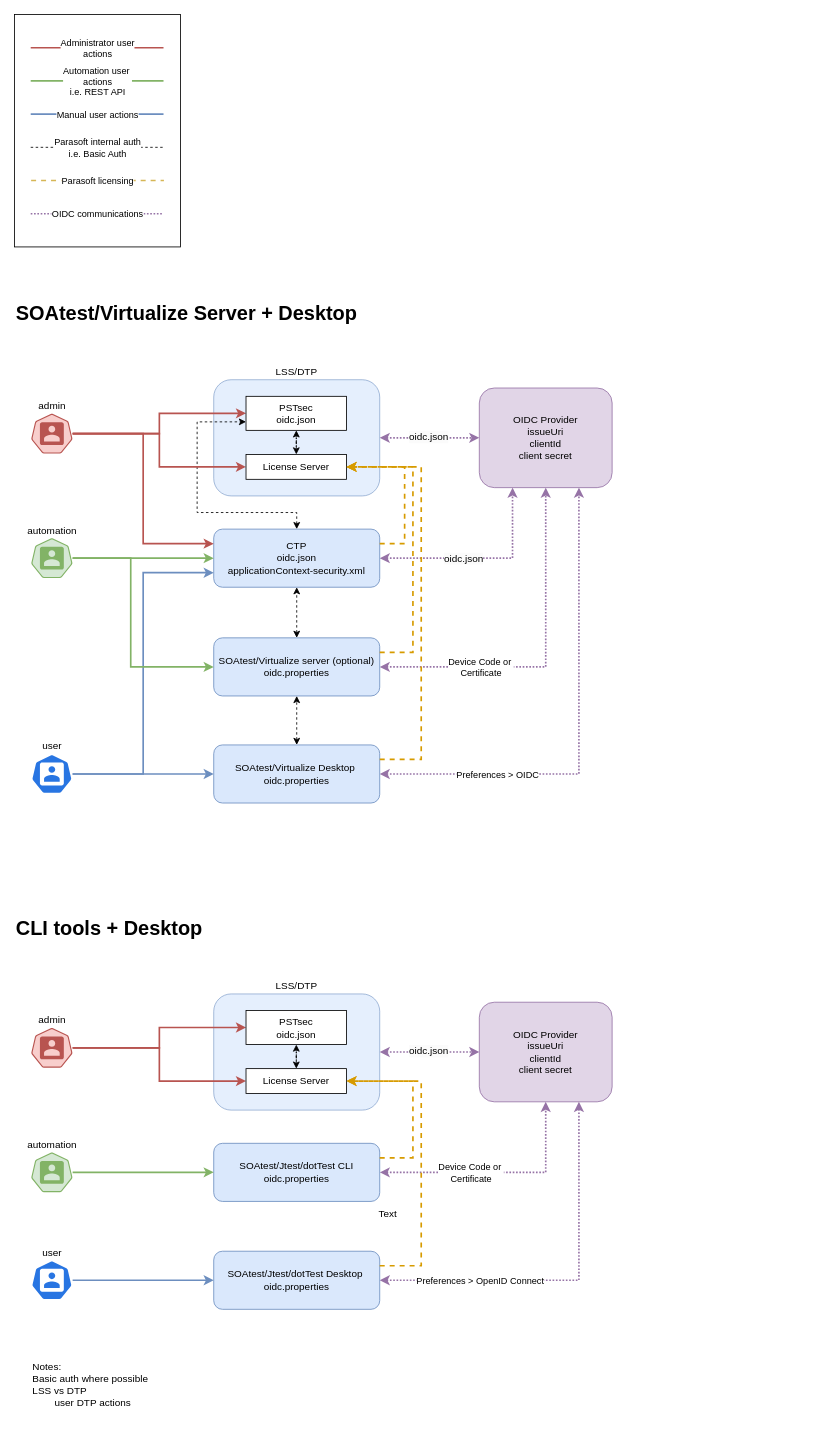
gtrofimov/draw-io-projects keeps this draw.io diagram as page "server" (1 of 2) of oidc.drawio. Above is the earlier version. Source tidied: cells renumbered, new cells numbered last; positions are measured from the earlier drawing's top-left corner, leaving out a move shared by most shapes. Both pictures are drawn from the tidied source at 83%, with x=0, y=0 at pixel (14, 14).
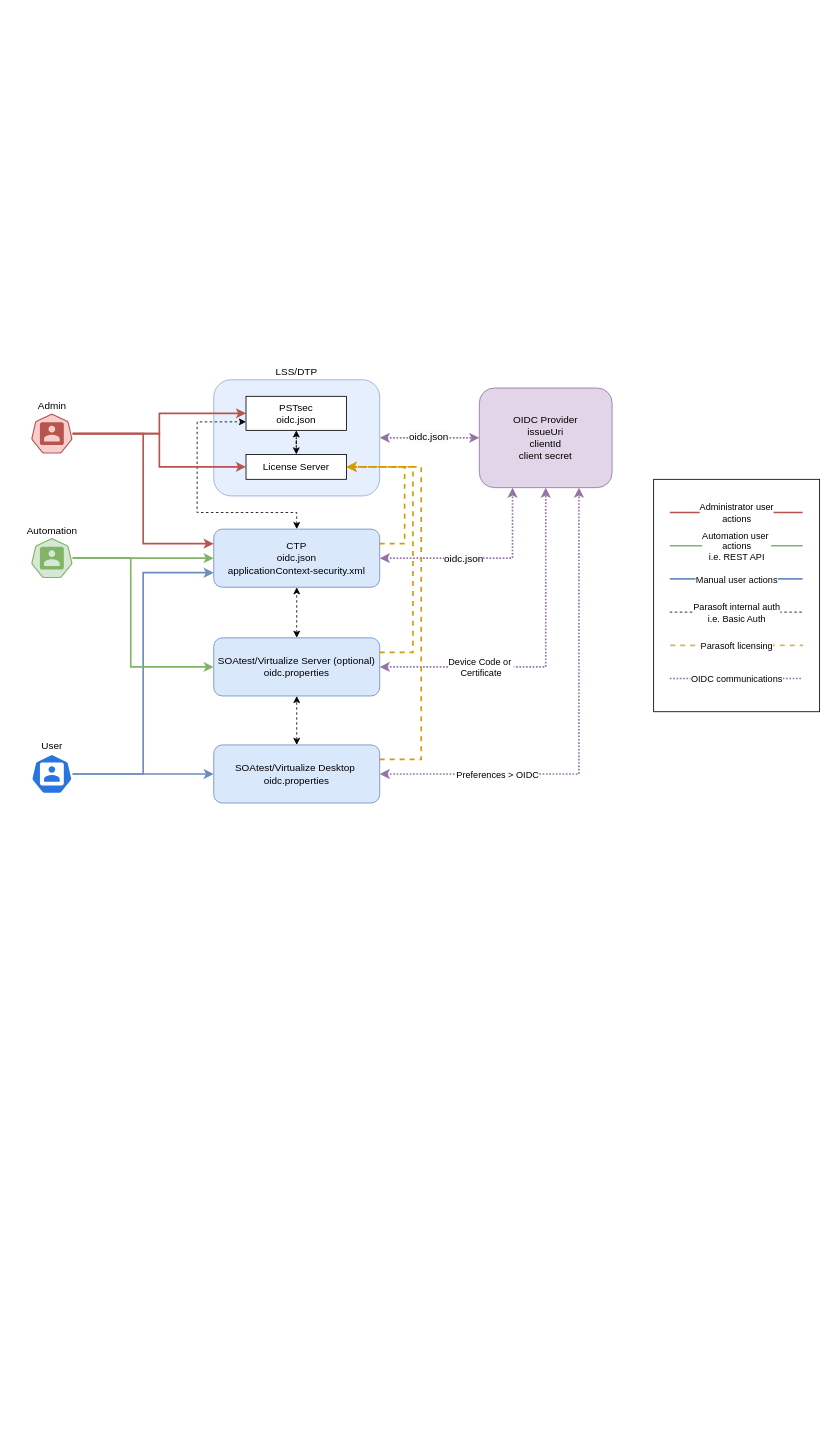
Above is the later version.

Diff of the diagram source:
```diff
@@
-    <mxCell id="10" value="SOAtest/Virtualize server (optional)&lt;div&gt;&lt;div&gt;&lt;div&gt;oidc.properties&lt;/div&gt;&lt;/div&gt;&lt;/div&gt;" style="rounded=1;whiteSpace=wrap;html=1;fillColor=#dae8fc;strokeColor=#6c8ebf;" parent="1" vertex="1">
+    <mxCell id="10" value="SOAtest/Virtualize Server (optional)&lt;div&gt;&lt;div&gt;&lt;div&gt;oidc.properties&lt;/div&gt;&lt;/div&gt;&lt;/div&gt;" style="rounded=1;whiteSpace=wrap;html=1;fillColor=#dae8fc;strokeColor=#6c8ebf;" parent="1" vertex="1">
       <mxGeometry x="240" y="751" width="200" height="70" as="geometry" />
     </mxCell>
@@
-    <mxCell id="13" value="user" style="sketch=0;html=1;dashed=0;whitespace=wrap;fillColor=#2875E2;strokeColor=#ffffff;points=[[0.005,0.63,0],[0.1,0.2,0],[0.9,0.2,0],[0.5,0,0],[0.995,0.63,0],[0.72,0.99,0],[0.5,1,0],[0.28,0.99,0]];shape=mxgraph.kubernetes.icon2;prIcon=user;labelPosition=center;verticalLabelPosition=top;align=center;verticalAlign=bottom;" parent="1" vertex="1">
+    <mxCell id="13" value="User" style="sketch=0;html=1;dashed=0;whitespace=wrap;fillColor=#2875E2;strokeColor=#ffffff;points=[[0.005,0.63,0],[0.1,0.2,0],[0.9,0.2,0],[0.5,0,0],[0.995,0.63,0],[0.72,0.99,0],[0.5,1,0],[0.28,0.99,0]];shape=mxgraph.kubernetes.icon2;prIcon=user;labelPosition=center;verticalLabelPosition=top;align=center;verticalAlign=bottom;" parent="1" vertex="1">
       <mxGeometry x="20" y="891" width="50" height="48" as="geometry" />
     </mxCell>
@@
-    <mxCell id="17" value="admin" style="sketch=0;html=1;dashed=0;whitespace=wrap;fillColor=#f8cecc;strokeColor=#b85450;points=[[0.005,0.63,0],[0.1,0.2,0],[0.9,0.2,0],[0.5,0,0],[0.995,0.63,0],[0.72,0.99,0],[0.5,1,0],[0.28,0.99,0]];shape=mxgraph.kubernetes.icon2;prIcon=user;labelPosition=center;verticalLabelPosition=top;align=center;verticalAlign=bottom;" parent="1" vertex="1">
+    <mxCell id="17" value="Admin" style="sketch=0;html=1;dashed=0;whitespace=wrap;fillColor=#f8cecc;strokeColor=#b85450;points=[[0.005,0.63,0],[0.1,0.2,0],[0.9,0.2,0],[0.5,0,0],[0.995,0.63,0],[0.72,0.99,0],[0.5,1,0],[0.28,0.99,0]];shape=mxgraph.kubernetes.icon2;prIcon=user;labelPosition=center;verticalLabelPosition=top;align=center;verticalAlign=bottom;" parent="1" vertex="1">
       <mxGeometry x="20" y="481" width="50" height="48" as="geometry" />
     </mxCell>
@@
-    <mxCell id="27" value="automation" style="sketch=0;html=1;dashed=0;whitespace=wrap;fillColor=#d5e8d4;strokeColor=#82b366;points=[[0.005,0.63,0],[0.1,0.2,0],[0.9,0.2,0],[0.5,0,0],[0.995,0.63,0],[0.72,0.99,0],[0.5,1,0],[0.28,0.99,0]];shape=mxgraph.kubernetes.icon2;prIcon=user;labelPosition=center;verticalLabelPosition=top;align=center;verticalAlign=bottom;" parent="1" vertex="1">
+    <mxCell id="27" value="Automation" style="sketch=0;html=1;dashed=0;whitespace=wrap;fillColor=#d5e8d4;strokeColor=#82b366;points=[[0.005,0.63,0],[0.1,0.2,0],[0.9,0.2,0],[0.5,0,0],[0.995,0.63,0],[0.72,0.99,0],[0.5,1,0],[0.28,0.99,0]];shape=mxgraph.kubernetes.icon2;prIcon=user;labelPosition=center;verticalLabelPosition=top;align=center;verticalAlign=bottom;" parent="1" vertex="1">
       <mxGeometry x="20" y="631" width="50" height="48" as="geometry" />
     </mxCell>
@@
     <mxCell id="34" style="group;" parent="1" vertex="1">
-      <mxGeometry width="200" height="280" as="geometry" />
+      <mxGeometry x="770" y="560" width="200" height="280" as="geometry" />
     </mxCell>
@@
-    <mxCell id="48" value="LSS/DTP" style="rounded=1;whiteSpace=wrap;html=1;labelPosition=center;verticalLabelPosition=top;align=center;verticalAlign=bottom;opacity=70;fillColor=#dae8fc;strokeColor=#6c8ebf;" parent="1" vertex="1">
-      <mxGeometry x="240" y="1180" width="200" height="140" as="geometry" />
-    </mxCell>
-    <mxCell id="49" style="edgeStyle=orthogonalEdgeStyle;rounded=0;jettySize=auto;html=1;entryX=0.5;entryY=1;entryDx=0;entryDy=0;dashed=1;dashPattern=1 1;startArrow=classic;startFill=1;fillColor=#e1d5e7;strokeColor=#9673a6;strokeWidth=2;" parent="1" edge="1" source="51" target="52">
-      <mxGeometry relative="1" as="geometry" />
-    </mxCell>
-    <mxCell id="50" value="Device Code or&amp;nbsp;&lt;div&gt;Certificate&lt;/div&gt;" style="edgeLabel;html=1;align=center;verticalAlign=middle;" parent="49" vertex="1">
-      <mxGeometry x="-0.24" y="-2" relative="1" as="geometry">
-        <mxPoint x="1" y="-2" as="offset" />
-      </mxGeometry>
-    </mxCell>
-    <mxCell id="51" value="&lt;div&gt;SOAtest/Jtest/dotTest CLI&lt;br&gt;&lt;div&gt;&lt;div&gt;oidc.properties&lt;/div&gt;&lt;/div&gt;&lt;/div&gt;" style="rounded=1;whiteSpace=wrap;html=1;fillColor=#dae8fc;strokeColor=#6c8ebf;" parent="1" vertex="1">
-      <mxGeometry x="240" y="1360" width="200" height="70" as="geometry" />
-    </mxCell>
-    <mxCell id="52" value="OIDC Provider&lt;div&gt;issueUri&lt;br&gt;&lt;div&gt;clientId&lt;/div&gt;&lt;div&gt;client secret&lt;/div&gt;&lt;/div&gt;" style="rounded=1;whiteSpace=wrap;html=1;fillColor=#e1d5e7;strokeColor=#9673a6;" parent="1" vertex="1">
-      <mxGeometry x="560" y="1190" width="160" height="120" as="geometry" />
-    </mxCell>
-    <mxCell id="53" value="user" style="sketch=0;html=1;dashed=0;whitespace=wrap;fillColor=#2875E2;strokeColor=#ffffff;points=[[0.005,0.63,0],[0.1,0.2,0],[0.9,0.2,0],[0.5,0,0],[0.995,0.63,0],[0.72,0.99,0],[0.5,1,0],[0.28,0.99,0]];shape=mxgraph.kubernetes.icon2;prIcon=user;labelPosition=center;verticalLabelPosition=top;align=center;verticalAlign=bottom;" parent="1" vertex="1">
-      <mxGeometry x="20" y="1501" width="50" height="48" as="geometry" />
-    </mxCell>
-    <mxCell id="54" style="edgeStyle=orthogonalEdgeStyle;rounded=0;jettySize=auto;html=1;entryX=0;entryY=0.5;entryDx=0;entryDy=0;fillColor=#f8cecc;strokeColor=#b85450;strokeWidth=2;" parent="1" edge="1" source="56" target="61">
-      <mxGeometry relative="1" as="geometry" />
-    </mxCell>
-    <mxCell id="55" style="edgeStyle=orthogonalEdgeStyle;rounded=0;jettySize=auto;html=1;entryX=0;entryY=0.5;entryDx=0;entryDy=0;fillColor=#f8cecc;strokeColor=#b85450;strokeWidth=2;" parent="1" edge="1" source="56" target="60">
-      <mxGeometry relative="1" as="geometry" />
-    </mxCell>
-    <mxCell id="56" value="admin" style="sketch=0;html=1;dashed=0;whitespace=wrap;fillColor=#f8cecc;strokeColor=#b85450;points=[[0.005,0.63,0],[0.1,0.2,0],[0.9,0.2,0],[0.5,0,0],[0.995,0.63,0],[0.72,0.99,0],[0.5,1,0],[0.28,0.99,0]];shape=mxgraph.kubernetes.icon2;prIcon=user;labelPosition=center;verticalLabelPosition=top;align=center;verticalAlign=bottom;" parent="1" vertex="1">
-      <mxGeometry x="20" y="1221" width="50" height="48" as="geometry" />
-    </mxCell>
-    <mxCell id="57" style="edgeStyle=orthogonalEdgeStyle;rounded=0;jettySize=auto;html=1;fillColor=#fff2cc;strokeColor=#000000;dashed=1;startArrow=classic;startFill=1;" parent="1" edge="1" source="60" target="61">
-      <mxGeometry relative="1" as="geometry" />
-    </mxCell>
-    <mxCell id="58" style="edgeStyle=orthogonalEdgeStyle;rounded=0;jettySize=auto;html=1;entryX=0;entryY=0.5;entryDx=0;entryDy=0;dashed=1;dashPattern=1 1;startArrow=classic;startFill=1;exitX=1;exitY=0.5;exitDx=0;exitDy=0;fillColor=#e1d5e7;strokeColor=#9673a6;strokeWidth=2;" parent="1" edge="1" source="48" target="52">
-      <mxGeometry relative="1" as="geometry" />
-    </mxCell>
-    <mxCell id="59" value="&lt;div style=&quot;font-size: 12px; text-wrap: wrap; background-color: rgb(251, 251, 251);&quot;&gt;oidc.json&lt;/div&gt;" style="edgeLabel;html=1;align=center;verticalAlign=middle;" parent="58" vertex="1">
-      <mxGeometry x="-0.04" y="2" relative="1" as="geometry" />
-    </mxCell>
-    <mxCell id="60" value="License Server" style="rounded=0;whiteSpace=wrap;html=1;" parent="1" vertex="1">
-      <mxGeometry x="278.9" y="1270" width="121.1" height="30" as="geometry" />
-    </mxCell>
-    <mxCell id="61" value="PSTsec&lt;div&gt;oidc.json&lt;/div&gt;" style="rounded=0;whiteSpace=wrap;html=1;" parent="1" vertex="1">
-      <mxGeometry x="278.9" y="1200" width="121.1" height="41" as="geometry" />
-    </mxCell>
-    <mxCell id="62" style="edgeStyle=orthogonalEdgeStyle;rounded=0;jettySize=auto;html=1;entryX=0;entryY=0.5;entryDx=0;entryDy=0;fillColor=#dae8fc;strokeColor=#6c8ebf;strokeWidth=2;" parent="1" edge="1" source="53" target="67">
-      <mxGeometry relative="1" as="geometry" />
-    </mxCell>
-    <mxCell id="63" style="edgeStyle=orthogonalEdgeStyle;rounded=0;jettySize=auto;html=1;entryX=0;entryY=0.5;entryDx=0;entryDy=0;fillColor=#d5e8d4;strokeColor=#82b366;strokeWidth=2;" parent="1" edge="1" source="64" target="51">
-      <mxGeometry relative="1" as="geometry">
-        <Array as="points">
-          <mxPoint x="200" y="1395" />
-          <mxPoint x="200" y="1395" />
-        </Array>
-      </mxGeometry>
-    </mxCell>
-    <mxCell id="64" value="automation" style="sketch=0;html=1;dashed=0;whitespace=wrap;fillColor=#d5e8d4;strokeColor=#82b366;points=[[0.005,0.63,0],[0.1,0.2,0],[0.9,0.2,0],[0.5,0,0],[0.995,0.63,0],[0.72,0.99,0],[0.5,1,0],[0.28,0.99,0]];shape=mxgraph.kubernetes.icon2;prIcon=user;labelPosition=center;verticalLabelPosition=top;align=center;verticalAlign=bottom;" parent="1" vertex="1">
-      <mxGeometry x="20" y="1371" width="50" height="48" as="geometry" />
-    </mxCell>
-    <mxCell id="65" style="edgeStyle=orthogonalEdgeStyle;rounded=0;jettySize=auto;html=1;entryX=0.75;entryY=1;entryDx=0;entryDy=0;dashed=1;dashPattern=1 1;fillColor=#e1d5e7;strokeColor=#9673a6;strokeWidth=2;startArrow=classic;startFill=1;" parent="1" edge="1" source="67" target="52">
-      <mxGeometry relative="1" as="geometry" />
-    </mxCell>
-    <mxCell id="66" value="Preferences &amp;gt; OpenID Connect" style="edgeLabel;html=1;align=center;verticalAlign=middle;" parent="65" vertex="1">
-      <mxGeometry x="-0.39" y="-1" relative="1" as="geometry">
-        <mxPoint x="-19" y="-1" as="offset" />
-      </mxGeometry>
-    </mxCell>
-    <mxCell id="67" value="SOAtest/Jtest/dotTest Desktop&amp;nbsp;&lt;div&gt;&lt;div&gt;oidc.properties&lt;/div&gt;&lt;/div&gt;" style="rounded=1;whiteSpace=wrap;html=1;fillColor=#dae8fc;strokeColor=#6c8ebf;" parent="1" vertex="1">
-      <mxGeometry x="240" y="1490" width="200" height="70" as="geometry" />
-    </mxCell>
-    <mxCell id="68" style="edgeStyle=orthogonalEdgeStyle;rounded=0;jettySize=auto;html=1;fillColor=#ffe6cc;strokeColor=#d79b00;strokeWidth=2;dashed=1;entryX=1;entryY=0.5;entryDx=0;entryDy=0;exitX=1;exitY=0.25;exitDx=0;exitDy=0;" parent="1" edge="1" source="51" target="60">
-      <mxGeometry relative="1" as="geometry">
-        <Array as="points">
-          <mxPoint x="480" y="1378" />
-          <mxPoint x="480" y="1285" />
-        </Array>
-      </mxGeometry>
-    </mxCell>
-    <mxCell id="69" style="edgeStyle=orthogonalEdgeStyle;rounded=0;jettySize=auto;html=1;fillColor=#ffe6cc;strokeColor=#d79b00;strokeWidth=2;dashed=1;entryX=1;entryY=0.5;entryDx=0;entryDy=0;exitX=1;exitY=0.25;exitDx=0;exitDy=0;" parent="1" edge="1" source="67" target="60">
-      <mxGeometry relative="1" as="geometry">
-        <Array as="points">
-          <mxPoint x="490" y="1508" />
-          <mxPoint x="490" y="1285" />
-        </Array>
-      </mxGeometry>
-    </mxCell>
-    <mxCell id="70" value="&lt;h1 style=&quot;margin-top: 0px;&quot;&gt;SOAtest/Virtualize Server + Desktop&lt;/h1&gt;" style="text;html=1;whiteSpace=wrap;overflow=hidden;rounded=0;" parent="1" vertex="1">
-      <mxGeometry y="340" width="510" height="60" as="geometry" />
-    </mxCell>
-    <mxCell id="71" value="&lt;h1 style=&quot;margin-top: 0px;&quot;&gt;CLI tools + Desktop&lt;/h1&gt;" style="text;html=1;whiteSpace=wrap;overflow=hidden;rounded=0;" parent="1" vertex="1">
-      <mxGeometry y="1080" width="540" height="120" as="geometry" />
-    </mxCell>
-    <mxCell id="72" value="Text" style="text;html=1;align=center;verticalAlign=middle;whiteSpace=wrap;rounded=0;" parent="1" vertex="1">
-      <mxGeometry x="420" y="1430" width="60" height="30" as="geometry" />
-    </mxCell>
-    <mxCell id="73" value="Notes:&lt;div&gt;Basic auth where possible&lt;/div&gt;&lt;div&gt;LSS vs DTP&lt;/div&gt;&lt;div&gt;&lt;span style=&quot;white-space: pre;&quot;&gt;&#9;&lt;/span&gt;user DTP actions&lt;br&gt;&lt;/div&gt;&lt;div&gt;&lt;br&gt;&lt;/div&gt;&lt;div&gt;&lt;br&gt;&lt;/div&gt;" style="text;html=1;align=left;verticalAlign=middle;whiteSpace=wrap;rounded=0;" parent="1" vertex="1">
-      <mxGeometry x="20" y="1650" width="190" height="30" as="geometry" />
-    </mxCell>
```
